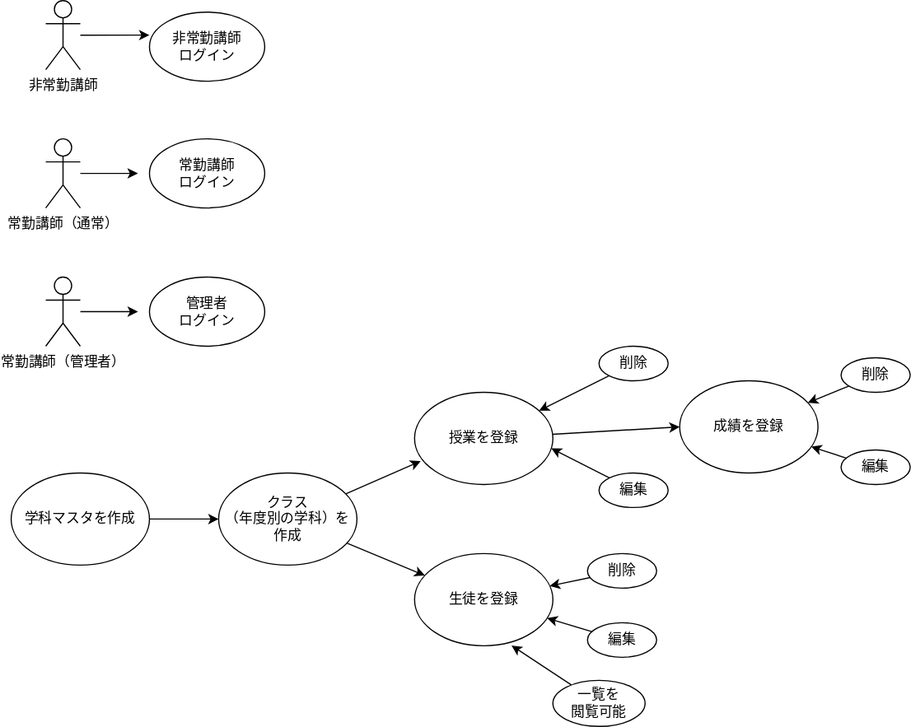
Above: teamG2.drawio.svg in Skypeace8585/uml-introduction (draw.io), before the change. Source tidied: cells renumbered, new cells last; positions are measured from the earlier drawing's top-left corner, leaving out a move shared by most shapes.
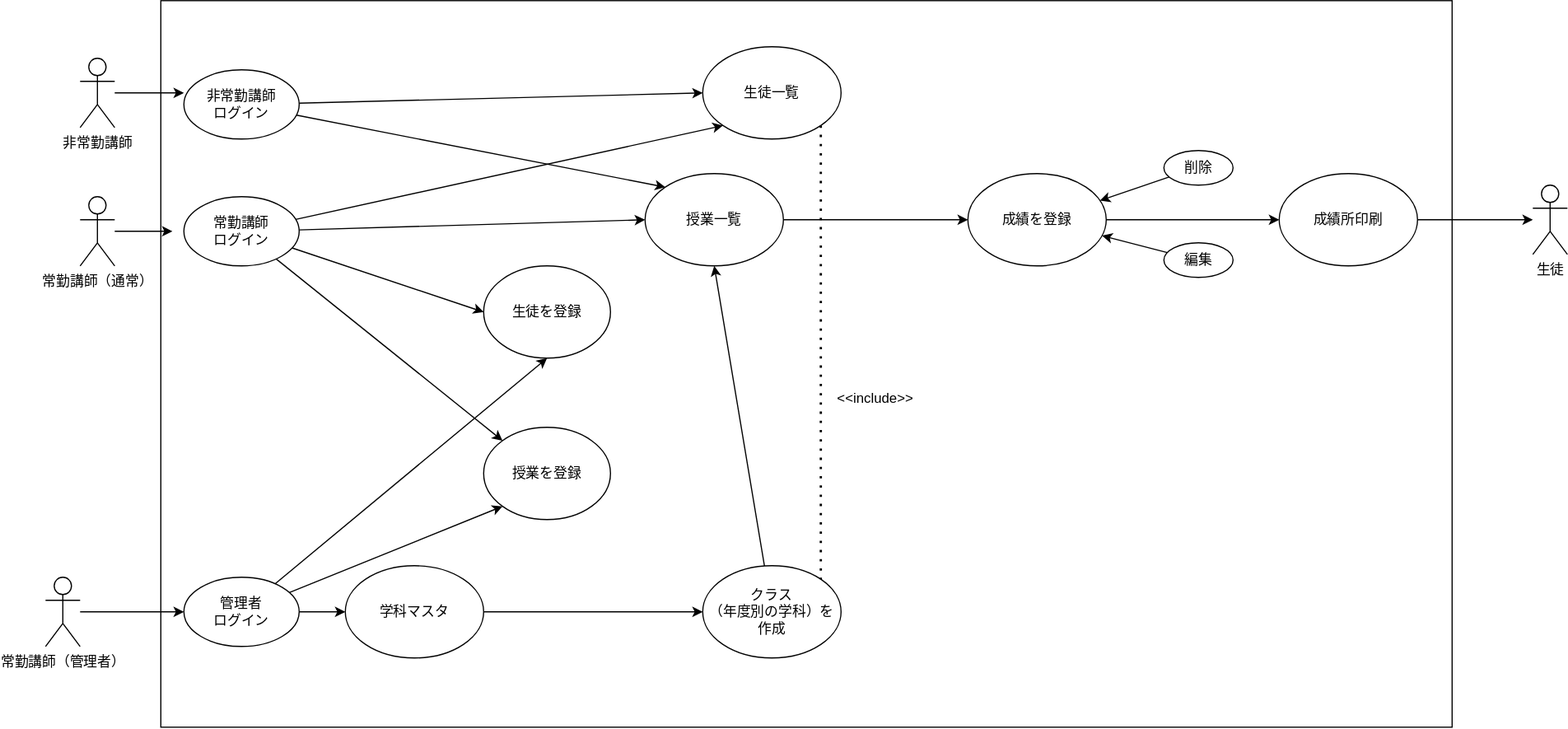
Later version of the same file.

What changed in the source:
```diff
@@ -2,67 +2,32 @@
   <root>
     <mxCell id="0" />
     <mxCell id="1" parent="0" />
+    <mxCell id="34" style="rounded=0;whiteSpace=wrap;html=1;fillColor=none;" parent="1" vertex="1">
+      <mxGeometry x="100" y="-50" width="1120" height="630" as="geometry" />
+    </mxCell>
     <mxCell id="2" style="edgeStyle=none;html=1;entryX=0;entryY=0.5;entryDx=0;entryDy=0;" parent="1" edge="1" source="3" target="6">
       <mxGeometry relative="1" as="geometry" />
     </mxCell>
-    <mxCell id="3" value="学科マスタを作成" style="ellipse;whiteSpace=wrap;html=1;" parent="1" vertex="1">
-      <mxGeometry y="410" width="120" height="80" as="geometry" />
+    <mxCell id="3" value="学科マスタ" style="ellipse;whiteSpace=wrap;html=1;" parent="1" vertex="1">
+      <mxGeometry x="260" y="440" width="120" height="80" as="geometry" />
     </mxCell>
-    <mxCell id="4" style="edgeStyle=none;html=1;" parent="1" edge="1" source="6" target="7">
-      <mxGeometry relative="1" as="geometry" />
-    </mxCell>
-    <mxCell id="5" style="edgeStyle=none;html=1;entryX=0.044;entryY=0.747;entryDx=0;entryDy=0;entryPerimeter=0;" parent="1" edge="1" source="6" target="9">
-      <mxGeometry relative="1" as="geometry" />
-    </mxCell>
+    <mxCell id="35" style="edgeStyle=none;html=1;entryX=0.5;entryY=1;entryDx=0;entryDy=0;" parent="1" edge="1" source="6" target="47">
+      <mxGeometry relative="1" as="geometry" />
+    </mxCell>
     <mxCell id="6" value="クラス&lt;br&gt;（年度別の学科）を作成" style="ellipse;whiteSpace=wrap;html=1;" parent="1" vertex="1">
-      <mxGeometry x="180" y="410" width="120" height="80" as="geometry" />
+      <mxGeometry x="570" y="440" width="120" height="80" as="geometry" />
     </mxCell>
-    <mxCell id="7" value="生徒を登録" style="ellipse;whiteSpace=wrap;html=1;" parent="1" vertex="1">
-      <mxGeometry x="350" y="480" width="120" height="80" as="geometry" />
-    </mxCell>
-    <mxCell id="8" style="edgeStyle=none;html=1;entryX=0;entryY=0.5;entryDx=0;entryDy=0;" parent="1" edge="1" source="9" target="29">
+    <mxCell id="8" style="edgeStyle=none;html=1;entryX=0;entryY=0.5;entryDx=0;entryDy=0;exitX=1;exitY=0.5;exitDx=0;exitDy=0;" parent="1" edge="1" source="47" target="29">
       <mxGeometry relative="1" as="geometry" />
     </mxCell>
     <mxCell id="9" value="授業を登録" style="ellipse;whiteSpace=wrap;html=1;" parent="1" vertex="1">
-      <mxGeometry x="350" y="340" width="120" height="80" as="geometry" />
+      <mxGeometry x="380" y="320" width="110" height="80" as="geometry" />
     </mxCell>
-    <mxCell id="10" style="edgeStyle=none;html=1;" parent="1" edge="1" source="11" target="7">
-      <mxGeometry relative="1" as="geometry" />
-    </mxCell>
-    <mxCell id="11" value="削除" style="ellipse;whiteSpace=wrap;html=1;" parent="1" vertex="1">
-      <mxGeometry x="500" y="480" width="60" height="30" as="geometry" />
-    </mxCell>
-    <mxCell id="12" style="edgeStyle=none;html=1;" parent="1" edge="1" source="13" target="7">
-      <mxGeometry relative="1" as="geometry" />
-    </mxCell>
-    <mxCell id="13" value="編集" style="ellipse;whiteSpace=wrap;html=1;" parent="1" vertex="1">
-      <mxGeometry x="500" y="540" width="60" height="30" as="geometry" />
-    </mxCell>
-    <mxCell id="14" style="edgeStyle=none;html=1;entryX=0.701;entryY=0.997;entryDx=0;entryDy=0;entryPerimeter=0;" parent="1" edge="1" source="15" target="7">
-      <mxGeometry relative="1" as="geometry" />
-    </mxCell>
-    <mxCell id="15" value="一覧を&lt;br&gt;閲覧可能" style="ellipse;whiteSpace=wrap;html=1;" parent="1" vertex="1">
-      <mxGeometry x="470" y="590" width="80" height="40" as="geometry" />
-    </mxCell>
-    <mxCell id="16" style="edgeStyle=none;html=1;" parent="1" edge="1" source="17" target="9">
-      <mxGeometry relative="1" as="geometry" />
-    </mxCell>
-    <mxCell id="17" value="削除" style="ellipse;whiteSpace=wrap;html=1;" parent="1" vertex="1">
-      <mxGeometry x="510" y="300" width="60" height="30" as="geometry" />
-    </mxCell>
-    <mxCell id="18" style="edgeStyle=none;html=1;entryX=0.988;entryY=0.608;entryDx=0;entryDy=0;entryPerimeter=0;" parent="1" edge="1" source="19" target="9">
-      <mxGeometry relative="1" as="geometry" />
-    </mxCell>
-    <mxCell id="19" value="編集" style="ellipse;whiteSpace=wrap;html=1;" parent="1" vertex="1">
-      <mxGeometry x="510" y="410" width="60" height="30" as="geometry" />
-    </mxCell>
-    <mxCell id="20" style="edgeStyle=none;html=1;" parent="1" edge="1" source="21">
-      <mxGeometry relative="1" as="geometry">
-        <mxPoint x="110" y="270" as="targetPoint" />
-      </mxGeometry>
-    </mxCell>
+    <mxCell id="36" style="edgeStyle=none;html=1;entryX=0;entryY=0.5;entryDx=0;entryDy=0;" parent="1" edge="1" source="21" target="28">
+      <mxGeometry relative="1" as="geometry" />
+    </mxCell>
     <mxCell id="21" value="常勤講師（管理者）" style="shape=umlActor;verticalLabelPosition=bottom;verticalAlign=top;html=1;outlineConnect=0;" parent="1" vertex="1">
-      <mxGeometry x="30" y="240" width="30" height="60" as="geometry" />
+      <mxGeometry y="450" width="30" height="60" as="geometry" />
     </mxCell>
     <mxCell id="22" style="edgeStyle=none;html=1;" parent="1" edge="1" source="23">
       <mxGeometry relative="1" as="geometry">
@@ -78,29 +43,83 @@
     <mxCell id="25" value="非常勤講師" style="shape=umlActor;verticalLabelPosition=bottom;verticalAlign=top;html=1;outlineConnect=0;" parent="1" vertex="1">
       <mxGeometry x="30" width="30" height="60" as="geometry" />
     </mxCell>
+    <mxCell id="37" style="edgeStyle=none;html=1;entryX=0;entryY=0.5;entryDx=0;entryDy=0;" parent="1" edge="1" source="26" target="48">
+      <mxGeometry relative="1" as="geometry" />
+    </mxCell>
+    <mxCell id="38" style="edgeStyle=none;html=1;entryX=0;entryY=0;entryDx=0;entryDy=0;" parent="1" edge="1" source="26" target="47">
+      <mxGeometry relative="1" as="geometry" />
+    </mxCell>
     <mxCell id="26" value="非常勤講師&lt;br&gt;ログイン" style="ellipse;whiteSpace=wrap;html=1;" parent="1" vertex="1">
       <mxGeometry x="120" y="10" width="100" height="60" as="geometry" />
     </mxCell>
+    <mxCell id="39" style="edgeStyle=none;html=1;entryX=0;entryY=1;entryDx=0;entryDy=0;" parent="1" edge="1" source="27" target="48">
+      <mxGeometry relative="1" as="geometry" />
+    </mxCell>
+    <mxCell id="40" style="edgeStyle=none;html=1;entryX=0;entryY=0.5;entryDx=0;entryDy=0;" parent="1" edge="1" source="27" target="47">
+      <mxGeometry relative="1" as="geometry" />
+    </mxCell>
+    <mxCell id="41" style="edgeStyle=none;html=1;entryX=0;entryY=0;entryDx=0;entryDy=0;" parent="1" edge="1" source="27" target="9">
+      <mxGeometry relative="1" as="geometry" />
+    </mxCell>
+    <mxCell id="42" style="edgeStyle=none;html=1;entryX=0;entryY=0.5;entryDx=0;entryDy=0;" parent="1" edge="1" source="27" target="7">
+      <mxGeometry relative="1" as="geometry" />
+    </mxCell>
     <mxCell id="27" value="常勤講師&lt;br&gt;ログイン" style="ellipse;whiteSpace=wrap;html=1;" parent="1" vertex="1">
       <mxGeometry x="120" y="120" width="100" height="60" as="geometry" />
     </mxCell>
+    <mxCell id="43" style="edgeStyle=none;html=1;entryX=0;entryY=0.5;entryDx=0;entryDy=0;" parent="1" edge="1" source="28" target="3">
+      <mxGeometry relative="1" as="geometry" />
+    </mxCell>
+    <mxCell id="44" style="edgeStyle=none;html=1;entryX=0;entryY=1;entryDx=0;entryDy=0;" parent="1" edge="1" source="28" target="9">
+      <mxGeometry relative="1" as="geometry" />
+    </mxCell>
+    <mxCell id="45" style="edgeStyle=none;html=1;entryX=0.5;entryY=1;entryDx=0;entryDy=0;" parent="1" edge="1" source="28" target="7">
+      <mxGeometry relative="1" as="geometry" />
+    </mxCell>
     <mxCell id="28" value="管理者&lt;br&gt;ログイン" style="ellipse;whiteSpace=wrap;html=1;" parent="1" vertex="1">
-      <mxGeometry x="120" y="240" width="100" height="60" as="geometry" />
+      <mxGeometry x="120" y="450" width="100" height="60" as="geometry" />
     </mxCell>
+    <mxCell id="46" style="edgeStyle=none;html=1;" parent="1" edge="1" source="29" target="50">
+      <mxGeometry relative="1" as="geometry" />
+    </mxCell>
     <mxCell id="29" value="成績を登録" style="ellipse;whiteSpace=wrap;html=1;" parent="1" vertex="1">
-      <mxGeometry x="580" y="330" width="120" height="80" as="geometry" />
+      <mxGeometry x="800" y="100" width="120" height="80" as="geometry" />
     </mxCell>
     <mxCell id="30" style="edgeStyle=none;html=1;" parent="1" edge="1" source="31" target="29">
       <mxGeometry relative="1" as="geometry" />
     </mxCell>
     <mxCell id="31" value="削除" style="ellipse;whiteSpace=wrap;html=1;" parent="1" vertex="1">
-      <mxGeometry x="720" y="310" width="60" height="30" as="geometry" />
+      <mxGeometry x="970" y="80" width="60" height="30" as="geometry" />
     </mxCell>
     <mxCell id="32" style="edgeStyle=none;html=1;" parent="1" edge="1" source="33" target="29">
       <mxGeometry relative="1" as="geometry" />
     </mxCell>
     <mxCell id="33" value="編集" style="ellipse;whiteSpace=wrap;html=1;" parent="1" vertex="1">
-      <mxGeometry x="720" y="390" width="60" height="30" as="geometry" />
+      <mxGeometry x="970" y="160" width="60" height="30" as="geometry" />
     </mxCell>
+    <mxCell id="47" value="授業一覧" style="ellipse;whiteSpace=wrap;html=1;" parent="1" vertex="1">
+      <mxGeometry x="520" y="100" width="120" height="80" as="geometry" />
+    </mxCell>
+    <mxCell id="48" value="生徒一覧" style="ellipse;whiteSpace=wrap;html=1;" parent="1" vertex="1">
+      <mxGeometry x="570" y="-10" width="120" height="80" as="geometry" />
+    </mxCell>
+    <mxCell id="7" value="生徒を登録" style="ellipse;whiteSpace=wrap;html=1;" parent="1" vertex="1">
+      <mxGeometry x="380" y="180" width="110" height="80" as="geometry" />
+    </mxCell>
+    <mxCell id="49" style="edgeStyle=none;html=1;" parent="1" edge="1" source="50" target="51">
+      <mxGeometry relative="1" as="geometry" />
+    </mxCell>
+    <mxCell id="50" value="成績所印刷" style="ellipse;whiteSpace=wrap;html=1;" parent="1" vertex="1">
+      <mxGeometry x="1070" y="100" width="120" height="80" as="geometry" />
+    </mxCell>
+    <mxCell id="51" value="生徒" style="shape=umlActor;verticalLabelPosition=bottom;verticalAlign=top;html=1;outlineConnect=0;" parent="1" vertex="1">
+      <mxGeometry x="1290" y="110" width="30" height="60" as="geometry" />
+    </mxCell>
+    <mxCell id="52" style="endArrow=none;dashed=1;html=1;dashPattern=1 3;strokeWidth=2;entryX=1;entryY=0;entryDx=0;entryDy=0;exitX=1;exitY=1;exitDx=0;exitDy=0;" parent="1" edge="1" source="48" target="6">
+      <mxGeometry relative="1" as="geometry" />
+    </mxCell>
+    <mxCell id="53" value="&amp;lt;&amp;lt;include&amp;gt;&amp;gt;" style="text;html=1;strokeColor=none;fillColor=none;align=center;verticalAlign=middle;whiteSpace=wrap;rounded=0;" parent="1" vertex="1">
+      <mxGeometry x="690" y="280" width="60" height="30" as="geometry" />
+    </mxCell>
   </root>
 </mxGraphModel>
```
